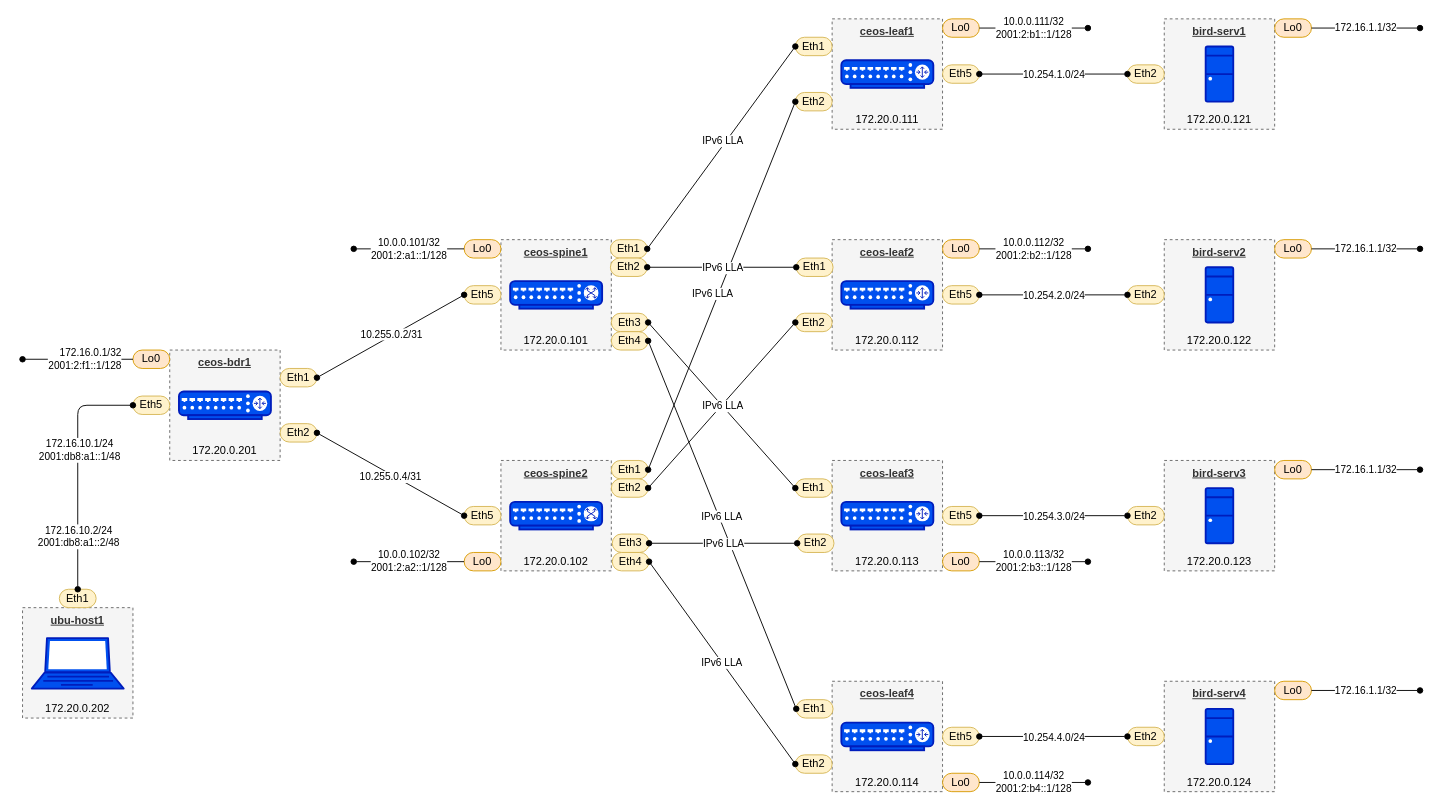
Before: page "Logical" (1 of 2) of ceos-anycast.drawio in commitconfirmed/draw-io, a draw.io diagram. Source tidied: cells renumbered, new cells numbered last; positions are measured from the earlier drawing's top-left corner, leaving out a move shared by most shapes. Both pictures are drawn from the tidied source at 92%, with x=0, y=0 at pixel (22, 18).
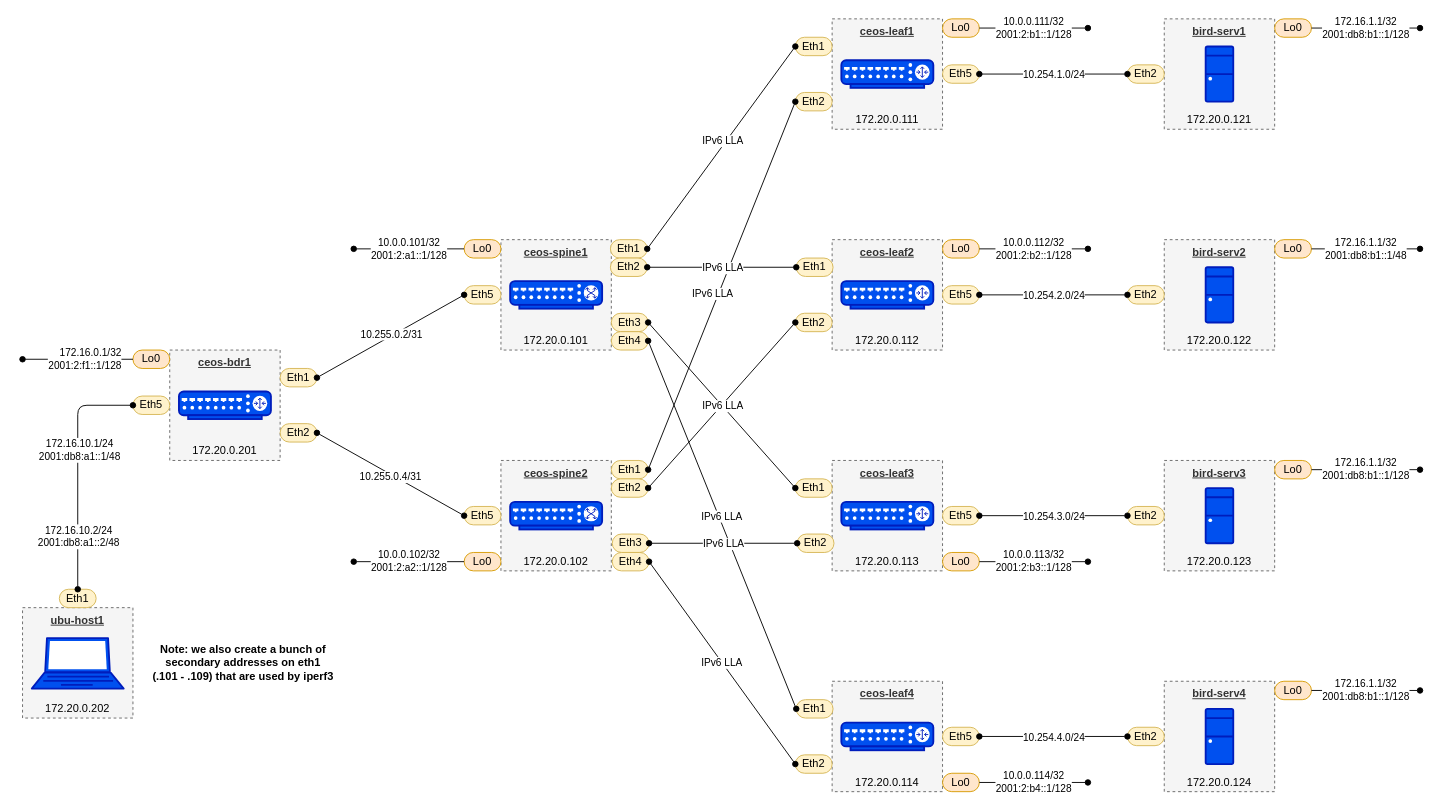
Above is the later version.

Unchanged cells that the change refers to:
```xml
<mxCell id="112" value="Lo0" style="rounded=1;whiteSpace=wrap;html=1;fillColor=#ffe6cc;strokeColor=#d79b00;arcSize=50;" parent="1" vertex="1">
  <mxGeometry x="1361" width="40" height="20" as="geometry" />
</mxCell>
<mxCell id="114" value="Lo0" style="rounded=1;whiteSpace=wrap;html=1;fillColor=#ffe6cc;strokeColor=#d79b00;arcSize=50;" parent="1" vertex="1">
  <mxGeometry x="1361" y="240" width="40" height="20" as="geometry" />
</mxCell>
<mxCell id="116" value="Lo0" style="rounded=1;whiteSpace=wrap;html=1;fillColor=#ffe6cc;strokeColor=#d79b00;arcSize=50;" parent="1" vertex="1">
  <mxGeometry x="1361" y="480" width="40" height="20" as="geometry" />
</mxCell>
<mxCell id="118" value="Lo0" style="rounded=1;whiteSpace=wrap;html=1;fillColor=#ffe6cc;strokeColor=#d79b00;arcSize=50;" parent="1" vertex="1">
  <mxGeometry x="1361" y="720" width="40" height="20" as="geometry" />
</mxCell>
```

Change to the diagram source:
```diff
@@
-    <mxCell id="113" value="&lt;div&gt;172.16.1.1/32&lt;/div&gt;" style="rounded=0;jettySize=auto;html=1;endArrow=none;endFill=0;startArrow=oval;startFill=1;entryX=1;entryY=0.5;entryDx=0;entryDy=0;" parent="1" edge="1" target="112">
+    <mxCell id="113" value="&lt;div&gt;172.16.1.1/32&lt;/div&gt;&lt;div&gt;2001:db8:b1::1/128&lt;br&gt;&lt;/div&gt;" style="rounded=0;jettySize=auto;html=1;endArrow=none;endFill=0;startArrow=oval;startFill=1;entryX=1;entryY=0.5;entryDx=0;entryDy=0;" parent="1" edge="1" target="112">
       <mxGeometry relative="1" as="geometry">
         <mxPoint x="1519" y="10" as="sourcePoint" />
       </mxGeometry>
     </mxCell>
@@
-    <mxCell id="115" value="&lt;div&gt;172.16.1.1/32&lt;/div&gt;" style="rounded=0;jettySize=auto;html=1;endArrow=none;endFill=0;startArrow=oval;startFill=1;entryX=1;entryY=0.5;entryDx=0;entryDy=0;" parent="1" edge="1" target="114">
+    <mxCell id="115" value="&lt;div&gt;172.16.1.1/32&lt;/div&gt;&lt;div&gt;2001:db8:b1::1/48&lt;br&gt;&lt;/div&gt;" style="rounded=0;jettySize=auto;html=1;endArrow=none;endFill=0;startArrow=oval;startFill=1;entryX=1;entryY=0.5;entryDx=0;entryDy=0;" parent="1" edge="1" target="114">
       <mxGeometry relative="1" as="geometry">
         <mxPoint x="1519" y="250" as="sourcePoint" />
       </mxGeometry>
     </mxCell>
@@
-    <mxCell id="117" value="&lt;div&gt;172.16.1.1/32&lt;/div&gt;" style="rounded=0;jettySize=auto;html=1;endArrow=none;endFill=0;startArrow=oval;startFill=1;entryX=1;entryY=0.5;entryDx=0;entryDy=0;" parent="1" edge="1" target="116">
+    <mxCell id="117" value="&lt;div&gt;172.16.1.1/32&lt;/div&gt;&lt;div&gt;2001:db8:b1::1/128&lt;br&gt;&lt;/div&gt;" style="rounded=0;jettySize=auto;html=1;endArrow=none;endFill=0;startArrow=oval;startFill=1;entryX=1;entryY=0.5;entryDx=0;entryDy=0;" parent="1" edge="1" target="116">
       <mxGeometry relative="1" as="geometry">
         <mxPoint x="1519" y="490" as="sourcePoint" />
       </mxGeometry>
     </mxCell>
@@
-    <mxCell id="119" value="&lt;div&gt;172.16.1.1/32&lt;/div&gt;" style="rounded=0;jettySize=auto;html=1;endArrow=none;endFill=0;startArrow=oval;startFill=1;entryX=1;entryY=0.5;entryDx=0;entryDy=0;" parent="1" edge="1" target="118">
+    <mxCell id="119" value="&lt;div&gt;172.16.1.1/32&lt;/div&gt;&lt;div&gt;2001:db8:b1::1/128&lt;br&gt;&lt;/div&gt;" style="rounded=0;jettySize=auto;html=1;endArrow=none;endFill=0;startArrow=oval;startFill=1;entryX=1;entryY=0.5;entryDx=0;entryDy=0;" parent="1" edge="1" target="118">
       <mxGeometry relative="1" as="geometry">
         <mxPoint x="1519" y="730" as="sourcePoint" />
       </mxGeometry>
     </mxCell>
+    <mxCell id="120" value="Note: we also create a bunch of secondary addresses on eth1 (.101 - .109) that are used by iperf3" style="text;html=1;align=center;verticalAlign=middle;whiteSpace=wrap;rounded=0;fontStyle=1;" parent="1" vertex="1">
+      <mxGeometry x="140" y="640" width="200" height="120" as="geometry" />
+    </mxCell>
```
